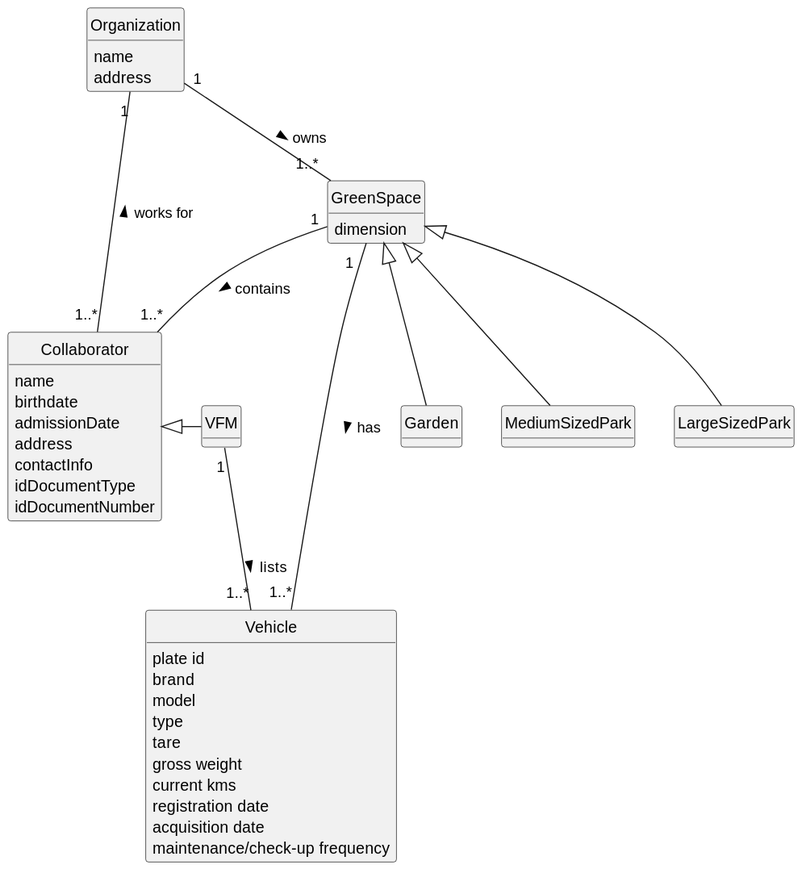
Above: docs/sprintA/us008/02.analysis/svg/us008-domain-model.svg in diogoveirospro/lei-24-s2-1dg-g072 (PlantUML), before the change. Its diagram source:
```plantuml
@startuml
skinparam monochrome true
skinparam packageStyle rectangle
skinparam shadowing false


skinparam classAttributeIconSize 0

hide circle
hide methods

class Collaborator {
    name
    birthdate
    admissionDate
    address
    contactInfo
    idDocumentType
    idDocumentNumber
}
class Organization{
    name
    address
}

class VFM {

}


class GreenSpace {
    dimension
}

class Garden {

}

class MediumSizedPark {

}

class LargeSizedPark {

}
class Vehicle{
    plate id
    brand
    model
    type
    tare
    gross weight
    current kms
    registration date
    acquisition date
    maintenance/check-up frequency
}



Collaborator <|- VFM
VFM "1" -- "1..*" Vehicle: lists >
GreenSpace <|-- Garden
GreenSpace <|-- MediumSizedPark
GreenSpace <|-- LargeSizedPark
GreenSpace "1" -- "1..*" Collaborator: contains >

GreenSpace "1  " - "1..*" Vehicle: has >
Organization "1" -- "1..*" GreenSpace: owns >
Organization "1" -- "1..*" Collaborator: works for <
@enduml
```
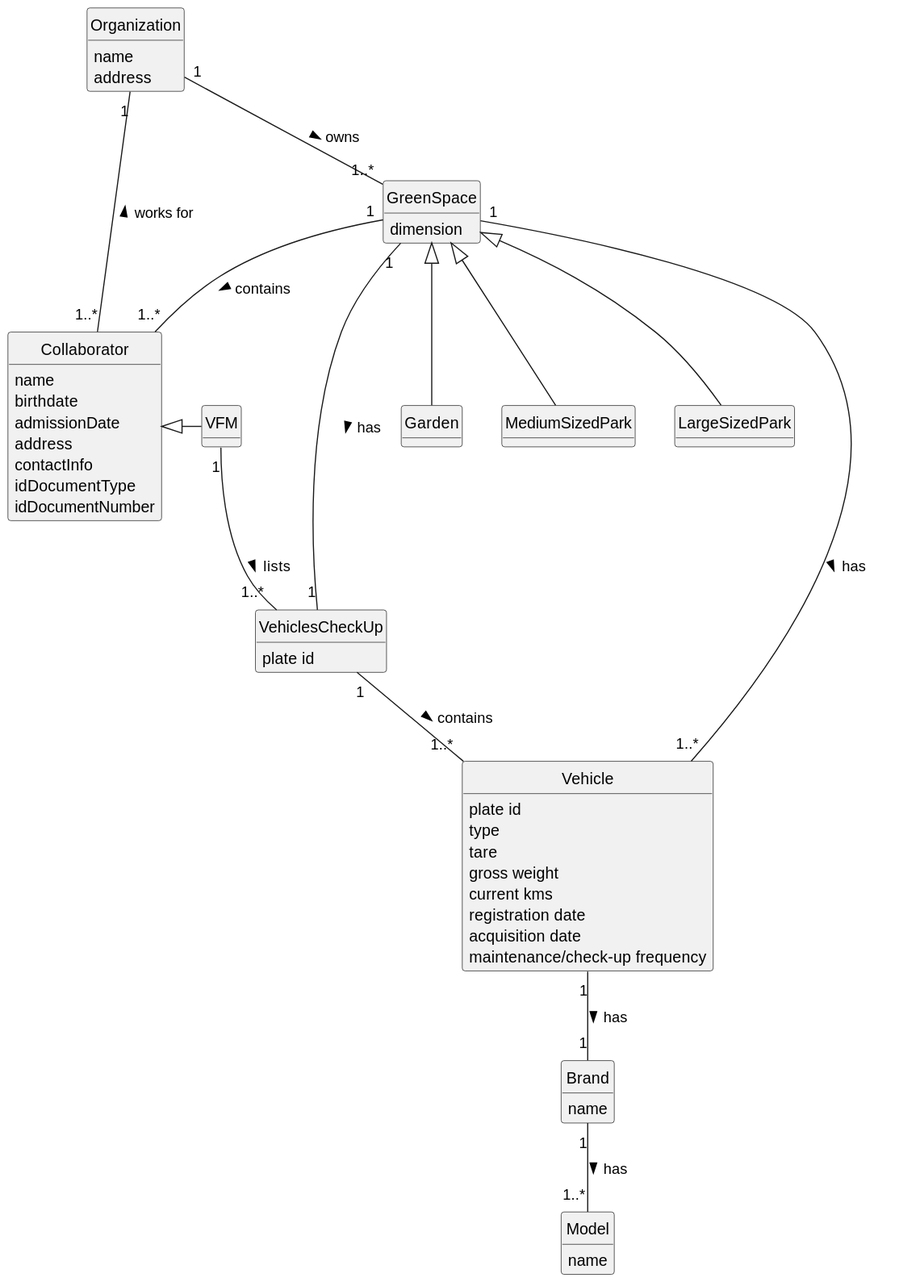
After the commit.

What changed in the source:
```diff
@@ -45,8 +45,6 @@
 }
 class Vehicle{
     plate id
-    brand
-    model
     type
     tare
     gross weight
@@ -56,16 +54,29 @@
     maintenance/check-up frequency
 }
 
+class VehiclesCheckUp {
+    plate id
+}
 
+class Brand{
+name
+}
+
+class Model{
+name
+}
 
 Collaborator <|- VFM
-VFM "1" -- "1..*" Vehicle: lists >
+VFM "1" -- "1..*" VehiclesCheckUp: lists >
 GreenSpace <|-- Garden
 GreenSpace <|-- MediumSizedPark
 GreenSpace <|-- LargeSizedPark
 GreenSpace "1" -- "1..*" Collaborator: contains >
-
+VehiclesCheckUp "1" -- "1..*" Vehicle: contains >
 GreenSpace "1  " - "1..*" Vehicle: has >
 Organization "1" -- "1..*" GreenSpace: owns >
 Organization "1" -- "1..*" Collaborator: works for <
+GreenSpace "1" -- "1" VehiclesCheckUp: has >
+Vehicle "1" -- "1" Brand: has >
+Brand "1" -- "1..*" Model: has >
 @enduml
```
